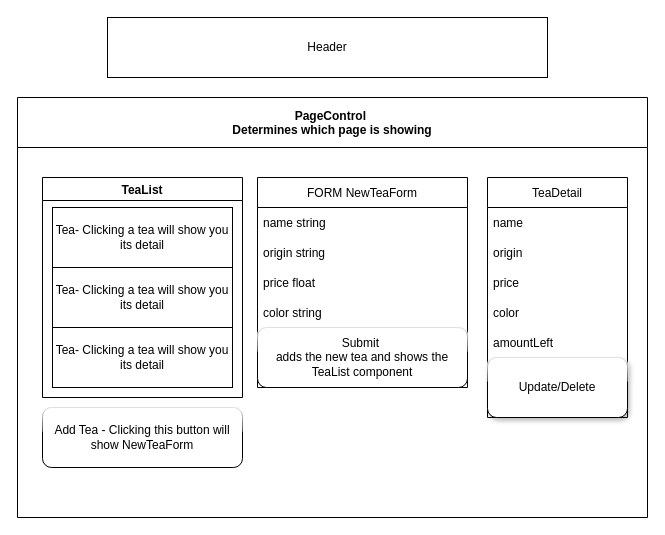
doublespoiler/jasmine-dragon keeps this draw.io diagram as diagram.drawio. Above is the earlier version. Source tidied: cells renumbered, new cells numbered last; positions are measured from the earlier drawing's top-left corner, leaving out a move shared by most shapes. Both pictures are drawn from the tidied source at 100%, with x=0, y=0 at pixel (17, 17).
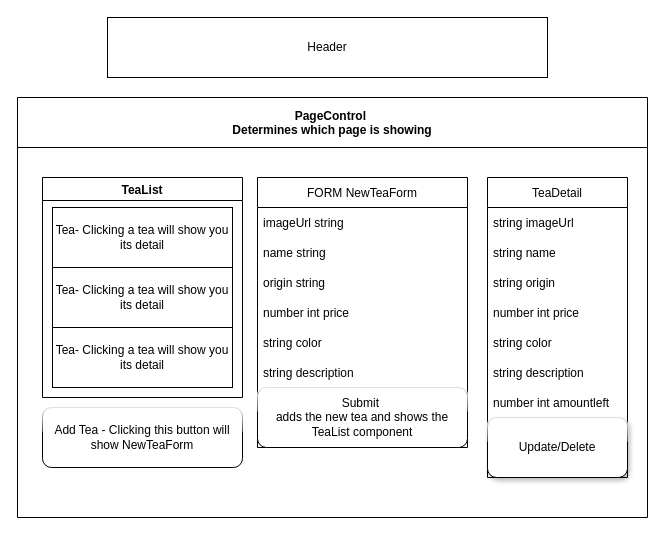
The same page after the edit.

Unchanged cells that the change refers to:
```xml
<mxCell id="3" value="PageControl &#10;Determines which page is showing" style="swimlane;startSize=50;swimlaneFillColor=default;" parent="1" vertex="1">
  <mxGeometry y="80" width="630" height="420" as="geometry" />
</mxCell>
```

What changed in the source:
```diff
@@
     <mxCell id="8" value="FORM NewTeaForm" style="swimlane;fontStyle=0;horizontal=1;startSize=30;" parent="3" vertex="1">
-      <mxGeometry x="240" y="80" width="210" height="210" as="geometry" />
+      <mxGeometry x="240" y="80" width="210" height="270" as="geometry" />
     </mxCell>
+    <mxCell id="22" value="imageUrl string" style="text;strokeColor=none;fillColor=none;align=left;verticalAlign=middle;spacingLeft=4;spacingRight=4;overflow=hidden;rounded=1;shadow=1;glass=1;" parent="8" vertex="1">
+      <mxGeometry y="30" width="210" height="30" as="geometry" />
+    </mxCell>
     <mxCell id="9" value="name string" style="text;strokeColor=none;fillColor=none;align=left;verticalAlign=middle;spacingLeft=4;spacingRight=4;overflow=hidden;" parent="8" vertex="1">
-      <mxGeometry y="30" width="210" height="30" as="geometry" />
+      <mxGeometry y="60" width="210" height="30" as="geometry" />
     </mxCell>
     <mxCell id="10" value="origin string" style="text;strokeColor=none;fillColor=none;align=left;verticalAlign=middle;spacingLeft=4;spacingRight=4;overflow=hidden;" parent="8" vertex="1">
-      <mxGeometry y="60" width="210" height="30" as="geometry" />
+      <mxGeometry y="90" width="210" height="30" as="geometry" />
     </mxCell>
-    <mxCell id="11" value="price float" style="text;strokeColor=none;fillColor=none;align=left;verticalAlign=middle;spacingLeft=4;spacingRight=4;overflow=hidden;" parent="8" vertex="1">
-      <mxGeometry y="90" width="210" height="30" as="geometry" />
-    </mxCell>
-    <mxCell id="12" value="color string" style="text;strokeColor=none;fillColor=none;align=left;verticalAlign=middle;spacingLeft=4;spacingRight=4;overflow=hidden;" parent="8" vertex="1">
-      <mxGeometry y="120" width="210" height="30" as="geometry" />
-    </mxCell>
+    <mxCell id="23" value="number int price" style="text;strokeColor=none;fillColor=none;align=left;verticalAlign=middle;spacingLeft=4;spacingRight=4;overflow=hidden;" parent="8" vertex="1">
+      <mxGeometry y="120" width="210" height="30" as="geometry" />
+    </mxCell>
+    <mxCell id="24" value="string color" style="text;strokeColor=none;fillColor=none;align=left;verticalAlign=middle;spacingLeft=4;spacingRight=4;overflow=hidden;" parent="8" vertex="1">
+      <mxGeometry y="150" width="210" height="30" as="geometry" />
+    </mxCell>
+    <mxCell id="25" value="string description" style="text;strokeColor=none;fillColor=none;align=left;verticalAlign=middle;spacingLeft=4;spacingRight=4;overflow=hidden;rounded=1;shadow=1;glass=1;" parent="8" vertex="1">
+      <mxGeometry y="180" width="210" height="30" as="geometry" />
+    </mxCell>
     <mxCell id="13" value="Submit&amp;nbsp;&lt;br&gt;adds the new tea and shows the TeaList component" style="rounded=1;whiteSpace=wrap;html=1;perimeterSpacing=0;glass=1;" parent="8" vertex="1">
-      <mxGeometry y="150" width="210" height="60" as="geometry" />
+      <mxGeometry y="210" width="210" height="60" as="geometry" />
     </mxCell>
@@
     <mxCell id="15" value="TeaDetail" style="swimlane;fontStyle=0;horizontal=1;startSize=30;" parent="3" vertex="1">
-      <mxGeometry x="470" y="80" width="140" height="240" as="geometry" />
+      <mxGeometry x="470" y="80" width="140" height="300" as="geometry" />
     </mxCell>
+    <mxCell id="26" value="string imageUrl" style="text;strokeColor=none;fillColor=none;align=left;verticalAlign=middle;spacingLeft=4;spacingRight=4;overflow=hidden;rounded=1;shadow=1;glass=1;" parent="15" vertex="1">
+      <mxGeometry y="30" width="140" height="30" as="geometry" />
+    </mxCell>
-    <mxCell id="16" value="name" style="text;strokeColor=none;fillColor=none;align=left;verticalAlign=middle;spacingLeft=4;spacingRight=4;overflow=hidden;" parent="15" vertex="1">
-      <mxGeometry y="30" width="140" height="30" as="geometry" />
+    <mxCell id="16" value="string name" style="text;strokeColor=none;fillColor=none;align=left;verticalAlign=middle;spacingLeft=4;spacingRight=4;overflow=hidden;" parent="15" vertex="1">
+      <mxGeometry y="60" width="140" height="30" as="geometry" />
     </mxCell>
-    <mxCell id="17" value="origin" style="text;strokeColor=none;fillColor=none;align=left;verticalAlign=middle;spacingLeft=4;spacingRight=4;overflow=hidden;" parent="15" vertex="1">
-      <mxGeometry y="60" width="140" height="30" as="geometry" />
+    <mxCell id="17" value="string origin" style="text;strokeColor=none;fillColor=none;align=left;verticalAlign=middle;spacingLeft=4;spacingRight=4;overflow=hidden;" parent="15" vertex="1">
+      <mxGeometry y="90" width="140" height="30" as="geometry" />
     </mxCell>
-    <mxCell id="18" value="price" style="text;strokeColor=none;fillColor=none;align=left;verticalAlign=middle;spacingLeft=4;spacingRight=4;overflow=hidden;" parent="15" vertex="1">
-      <mxGeometry y="90" width="140" height="30" as="geometry" />
+    <mxCell id="18" value="number int price" style="text;strokeColor=none;fillColor=none;align=left;verticalAlign=middle;spacingLeft=4;spacingRight=4;overflow=hidden;" parent="15" vertex="1">
+      <mxGeometry y="120" width="140" height="30" as="geometry" />
     </mxCell>
-    <mxCell id="19" value="color" style="text;strokeColor=none;fillColor=none;align=left;verticalAlign=middle;spacingLeft=4;spacingRight=4;overflow=hidden;" parent="15" vertex="1">
-      <mxGeometry y="120" width="140" height="30" as="geometry" />
+    <mxCell id="19" value="string color" style="text;strokeColor=none;fillColor=none;align=left;verticalAlign=middle;spacingLeft=4;spacingRight=4;overflow=hidden;" parent="15" vertex="1">
+      <mxGeometry y="150" width="140" height="30" as="geometry" />
     </mxCell>
+    <mxCell id="27" value="string description" style="text;strokeColor=none;fillColor=none;align=left;verticalAlign=middle;spacingLeft=4;spacingRight=4;overflow=hidden;rounded=1;shadow=1;glass=1;" parent="15" vertex="1">
+      <mxGeometry y="180" width="140" height="30" as="geometry" />
+    </mxCell>
-    <mxCell id="20" value="amountLeft" style="text;strokeColor=none;fillColor=none;align=left;verticalAlign=middle;spacingLeft=4;spacingRight=4;overflow=hidden;" parent="15" vertex="1">
-      <mxGeometry y="150" width="140" height="30" as="geometry" />
+    <mxCell id="20" value="number int amountleft" style="text;strokeColor=none;fillColor=none;align=left;verticalAlign=middle;spacingLeft=4;spacingRight=4;overflow=hidden;" parent="15" vertex="1">
+      <mxGeometry y="210" width="140" height="30" as="geometry" />
     </mxCell>
     <mxCell id="21" value="Update/Delete" style="rounded=1;whiteSpace=wrap;html=1;shadow=1;glass=1;" parent="15" vertex="1">
-      <mxGeometry y="180" width="140" height="60" as="geometry" />
+      <mxGeometry y="240" width="140" height="60" as="geometry" />
     </mxCell>
```
